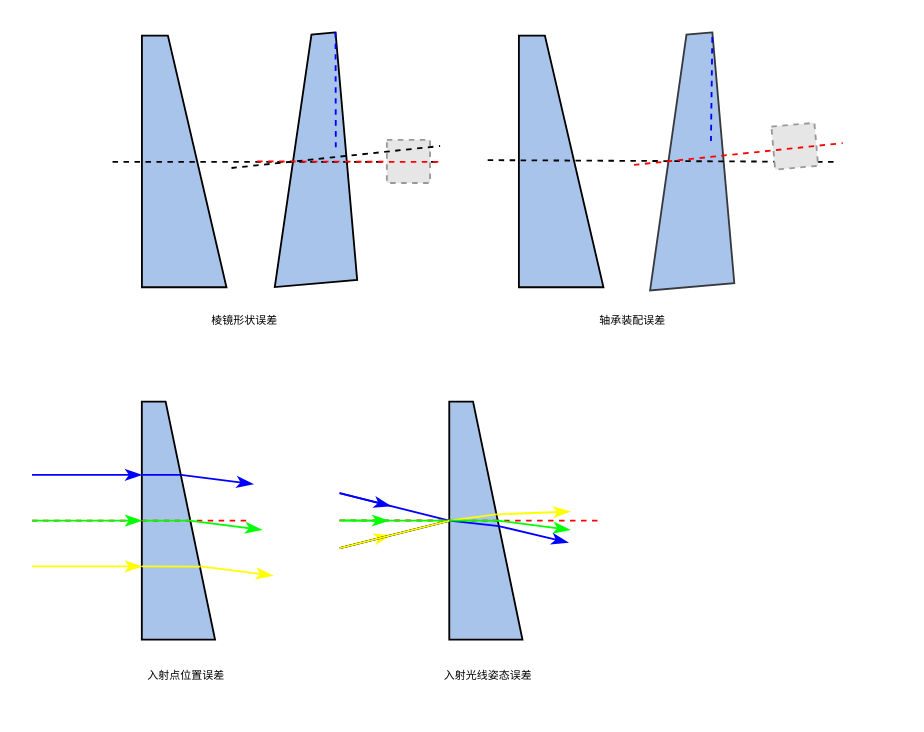
The draw.io diagram risley.drawio in Code-Newborn/diagrams, before the edit. Source tidied: cells renumbered, new cells numbered last; positions are measured from the earlier drawing's top-left corner, leaving out a move shared by most shapes. Both pictures are drawn from the tidied source at 183%, with x=0, y=0 at pixel (31, 117). Pictures stored in the file or linked from it are replaced by grey dashed boxes.
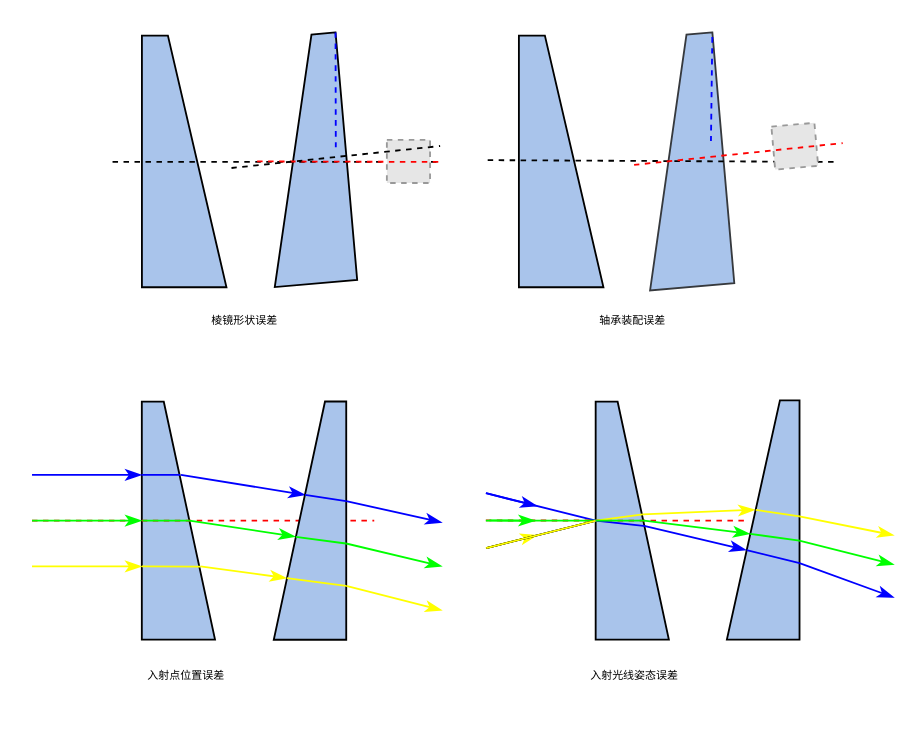
Above is the later version.

Change to the diagram source:
```diff
@@
-    <mxCell id="17" style="shape=manualInput;whiteSpace=wrap;html=1;rotation=90;size=27;rounded=0;fillColor=#A9C4EB;" parent="1" vertex="1">
+    <mxCell id="17" style="shape=manualInput;whiteSpace=wrap;html=1;rotation=90;size=28;rounded=0;fillColor=#A9C4EB;" parent="1" vertex="1">
       <mxGeometry x="15" y="200" width="130" height="40" as="geometry" />
     </mxCell>
     <mxCell id="18" style="endArrow=none;dashed=1;html=1;rounded=0;strokeColor=#FF0000;" parent="1" edge="1">
       <mxGeometry relative="1" as="geometry">
         <mxPoint y="220" as="sourcePoint" />
-        <mxPoint x="120" y="220" as="targetPoint" />
+        <mxPoint x="187" y="220" as="targetPoint" />
       </mxGeometry>
     </mxCell>
@@
-    <mxCell id="22" style="shape=manualInput;whiteSpace=wrap;html=1;rotation=90;size=27;rounded=0;fillColor=#A9C4EB;" parent="1" vertex="1">
-      <mxGeometry x="183" y="200" width="130" height="40" as="geometry" />
+    <mxCell id="22" style="shape=manualInput;whiteSpace=wrap;html=1;rotation=90;size=28;rounded=0;fillColor=#A9C4EB;" parent="1" vertex="1">
+      <mxGeometry x="263" y="200" width="130" height="40" as="geometry" />
     </mxCell>
     <mxCell id="23" style="endArrow=classicThin;html=1;rounded=0;fontFamily=微软雅黑;fontSize=6;fontColor=#000000;startSize=14;endSize=6;strokeColor=#0000FF;curved=1;endFill=1;" parent="1" edge="1">
       <mxGeometry relative="1" as="geometry">
-        <mxPoint x="168.1" y="205" as="sourcePoint" />
-        <mxPoint x="196" y="212" as="targetPoint" />
+        <mxPoint x="248.1" y="205" as="sourcePoint" />
+        <mxPoint x="276" y="212" as="targetPoint" />
       </mxGeometry>
     </mxCell>
     <mxCell id="24" style="endArrow=none;html=1;rounded=0;fontFamily=微软雅黑;fontSize=6;fontColor=#000000;startSize=14;endSize=6;strokeColor=#0000FF;curved=1;exitX=0.5;exitY=1;exitDx=0;exitDy=0;" parent="1" edge="1" source="22">
       <mxGeometry relative="1" as="geometry">
-        <mxPoint x="168" y="205" as="targetPoint" />
+        <mxPoint x="248" y="205" as="targetPoint" />
       </mxGeometry>
     </mxCell>
     <mxCell id="25" style="endArrow=classicThin;html=1;rounded=0;fontFamily=微软雅黑;fontSize=6;fontColor=#000000;startSize=14;endSize=6;strokeColor=#FFFF00;curved=1;endFill=1;" parent="1" edge="1">
       <mxGeometry relative="1" as="geometry">
-        <mxPoint x="168" y="235" as="sourcePoint" />
-        <mxPoint x="196" y="228" as="targetPoint" />
+        <mxPoint x="248" y="235" as="sourcePoint" />
+        <mxPoint x="276" y="228" as="targetPoint" />
       </mxGeometry>
     </mxCell>
     <mxCell id="26" style="endArrow=none;html=1;rounded=0;fontFamily=微软雅黑;fontSize=6;fontColor=#000000;startSize=14;endSize=6;strokeColor=#000000;curved=1;exitX=0.5;exitY=1;exitDx=0;exitDy=0;" parent="1" edge="1">
       <mxGeometry relative="1" as="geometry">
-        <mxPoint x="228.2" y="220" as="sourcePoint" />
-        <mxPoint x="168.2" y="235" as="targetPoint" />
+        <mxPoint x="308.2" y="220" as="sourcePoint" />
+        <mxPoint x="248.2" y="235" as="targetPoint" />
       </mxGeometry>
     </mxCell>
     <mxCell id="27" style="endArrow=none;dashed=1;html=1;rounded=0;strokeColor=#FF0000;" parent="1" edge="1">
       <mxGeometry relative="1" as="geometry">
-        <mxPoint x="168" y="219.9" as="sourcePoint" />
-        <mxPoint x="311" y="220" as="targetPoint" />
+        <mxPoint x="248" y="219.9" as="sourcePoint" />
+        <mxPoint x="391" y="220" as="targetPoint" />
       </mxGeometry>
     </mxCell>
     <mxCell id="28" style="endArrow=none;html=1;rounded=0;fontFamily=微软雅黑;fontSize=6;fontColor=#000000;startSize=14;endSize=6;strokeColor=#00FF00;curved=1;exitX=0.5;exitY=1;exitDx=0;exitDy=0;" parent="1" edge="1" source="22">
       <mxGeometry relative="1" as="geometry">
-        <mxPoint x="168" y="220" as="targetPoint" />
+        <mxPoint x="248" y="220" as="targetPoint" />
       </mxGeometry>
     </mxCell>
     <mxCell id="29" style="endArrow=classicThin;html=1;rounded=0;fontFamily=微软雅黑;fontSize=6;fontColor=#000000;startSize=14;endSize=6;strokeColor=#00FF00;curved=1;endFill=1;" parent="1" edge="1">
       <mxGeometry relative="1" as="geometry">
-        <mxPoint x="169.9" y="219.9" as="sourcePoint" />
-        <mxPoint x="195" y="220" as="targetPoint" />
+        <mxPoint x="249.9" y="219.9" as="sourcePoint" />
+        <mxPoint x="275" y="220" as="targetPoint" />
       </mxGeometry>
     </mxCell>
     <mxCell id="30" style="endArrow=none;html=1;rounded=0;fontFamily=微软雅黑;fontSize=6;fontColor=#000000;startSize=14;endSize=6;strokeColor=#000000;curved=1;exitX=0.5;exitY=1;exitDx=0;exitDy=0;" parent="1" edge="1">
       <mxGeometry relative="1" as="geometry">
-        <mxPoint x="228.2" y="220" as="sourcePoint" />
-        <mxPoint x="168.2" y="235" as="targetPoint" />
+        <mxPoint x="308.2" y="220" as="sourcePoint" />
+        <mxPoint x="248.2" y="235" as="targetPoint" />
       </mxGeometry>
     </mxCell>
     <mxCell id="31" style="endArrow=none;html=1;rounded=0;fontFamily=微软雅黑;fontSize=6;fontColor=#000000;startSize=14;endSize=6;strokeColor=#FFFF00;curved=1;exitX=0.5;exitY=1;exitDx=0;exitDy=0;" parent="1" edge="1">
       <mxGeometry relative="1" as="geometry">
-        <mxPoint x="228.2" y="220" as="sourcePoint" />
-        <mxPoint x="168.2" y="235" as="targetPoint" />
+        <mxPoint x="308.2" y="220" as="sourcePoint" />
+        <mxPoint x="248.2" y="235" as="targetPoint" />
       </mxGeometry>
     </mxCell>
@@
     <mxCell id="34" style="endArrow=none;html=1;rounded=0;fontFamily=微软雅黑;fontSize=6;fontColor=#000000;startSize=14;endSize=6;strokeColor=#00FF00;curved=1;" parent="1" edge="1">
       <mxGeometry relative="1" as="geometry">
-        <mxPoint x="228" y="220" as="sourcePoint" />
-        <mxPoint x="255" y="220" as="targetPoint" />
+        <mxPoint x="308" y="220" as="sourcePoint" />
+        <mxPoint x="335" y="220" as="targetPoint" />
       </mxGeometry>
     </mxCell>
-    <mxCell id="35" style="endArrow=classicThin;html=1;rounded=0;fontFamily=微软雅黑;fontSize=6;fontColor=#000000;startSize=6;endSize=6;strokeColor=#FFFF00;curved=1;exitX=0.474;exitY=0.356;exitDx=0;exitDy=0;exitPerimeter=0;endFill=1;" parent="1" edge="1" source="22">
-      <mxGeometry relative="1" as="geometry">
-        <mxPoint x="294" y="215" as="targetPoint" />
-      </mxGeometry>
+    <mxCell id="35" style="endArrow=classicThin;html=1;rounded=0;fontFamily=微软雅黑;fontSize=6;fontColor=#000000;startSize=6;endSize=6;strokeColor=#FFFF00;curved=1;exitX=0.474;exitY=0.356;exitDx=0;exitDy=0;exitPerimeter=0;endFill=1;entryX=0.457;entryY=0.387;entryDx=0;entryDy=0;entryPerimeter=0;" parent="1" edge="1" source="22" target="53">
+      <mxGeometry relative="1" as="geometry" />
     </mxCell>
-    <mxCell id="36" style="endArrow=classicThin;html=1;rounded=0;fontFamily=微软雅黑;fontSize=6;fontColor=#000000;startSize=6;endSize=6;strokeColor=#00FF00;curved=1;exitX=0.5;exitY=0.339;exitDx=0;exitDy=0;exitPerimeter=0;endFill=1;" parent="1" edge="1" source="22">
-      <mxGeometry relative="1" as="geometry">
-        <mxPoint x="294" y="225" as="targetPoint" />
-      </mxGeometry>
+    <mxCell id="36" style="endArrow=classicThin;html=1;rounded=0;fontFamily=微软雅黑;fontSize=6;fontColor=#000000;startSize=6;endSize=6;strokeColor=#00FF00;curved=1;exitX=0.5;exitY=0.339;exitDx=0;exitDy=0;exitPerimeter=0;endFill=1;entryX=0.558;entryY=0.316;entryDx=0;entryDy=0;entryPerimeter=0;" parent="1" edge="1" source="22" target="53">
+      <mxGeometry relative="1" as="geometry" />
     </mxCell>
-    <mxCell id="37" style="endArrow=none;html=1;rounded=0;fontFamily=微软雅黑;fontSize=6;fontColor=#000000;startSize=6;endSize=6;strokeColor=#0000FF;curved=1;entryX=0.523;entryY=0.324;entryDx=0;entryDy=0;entryPerimeter=0;startArrow=classicThin;startFill=1;" parent="1" edge="1" target="22">
-      <mxGeometry relative="1" as="geometry">
-        <mxPoint x="293" y="232" as="sourcePoint" />
-      </mxGeometry>
+    <mxCell id="37" style="endArrow=none;html=1;rounded=0;fontFamily=微软雅黑;fontSize=6;fontColor=#000000;startSize=6;endSize=6;strokeColor=#0000FF;curved=1;entryX=0.523;entryY=0.324;entryDx=0;entryDy=0;entryPerimeter=0;startArrow=classicThin;startFill=1;exitX=0.626;exitY=0.266;exitDx=0;exitDy=0;exitPerimeter=0;" parent="1" edge="1" source="53" target="22">
+      <mxGeometry relative="1" as="geometry" />
     </mxCell>
@@
-    <mxCell id="41" style="endArrow=classicThin;html=1;rounded=0;fontFamily=微软雅黑;fontSize=6;fontColor=#000000;startSize=6;endSize=6;strokeColor=#0000FF;curved=1;exitX=0.5;exitY=0.339;exitDx=0;exitDy=0;exitPerimeter=0;endFill=1;" parent="1" edge="1">
+    <mxCell id="41" style="endArrow=classicThin;html=1;rounded=0;fontFamily=微软雅黑;fontSize=6;fontColor=#000000;startSize=6;endSize=6;strokeColor=#0000FF;curved=1;exitX=0.5;exitY=0.339;exitDx=0;exitDy=0;exitPerimeter=0;endFill=1;entryX=0.392;entryY=0.433;entryDx=0;entryDy=0;entryPerimeter=0;" parent="1" edge="1" target="46">
       <mxGeometry relative="1" as="geometry">
         <mxPoint x="81.4" y="195" as="sourcePoint" />
-        <mxPoint x="120.9" y="200" as="targetPoint" />
       </mxGeometry>
     </mxCell>
-    <mxCell id="42" style="endArrow=classicThin;html=1;rounded=0;fontFamily=微软雅黑;fontSize=6;fontColor=#000000;startSize=6;endSize=6;strokeColor=#00FF00;curved=1;exitX=0.5;exitY=0.339;exitDx=0;exitDy=0;exitPerimeter=0;endFill=1;" parent="1" edge="1">
+    <mxCell id="42" style="endArrow=classicThin;html=1;rounded=0;fontFamily=微软雅黑;fontSize=6;fontColor=#000000;startSize=6;endSize=6;strokeColor=#00FF00;curved=1;exitX=0.5;exitY=0.339;exitDx=0;exitDy=0;exitPerimeter=0;endFill=1;entryX=0.567;entryY=0.296;entryDx=0;entryDy=0;entryPerimeter=0;" parent="1" edge="1" target="46">
       <mxGeometry relative="1" as="geometry">
         <mxPoint x="86" y="220" as="sourcePoint" />
-        <mxPoint x="125.6" y="225" as="targetPoint" />
       </mxGeometry>
     </mxCell>
-    <mxCell id="43" style="endArrow=classicThin;html=1;rounded=0;fontFamily=微软雅黑;fontSize=6;fontColor=#000000;startSize=6;endSize=6;strokeColor=#FFFF00;curved=1;exitX=0.5;exitY=0.339;exitDx=0;exitDy=0;exitPerimeter=0;endFill=1;" parent="1" edge="1">
+    <mxCell id="43" style="endArrow=classicThin;html=1;rounded=0;fontFamily=微软雅黑;fontSize=6;fontColor=#000000;startSize=6;endSize=6;strokeColor=#FFFF00;curved=1;exitX=0.5;exitY=0.339;exitDx=0;exitDy=0;exitPerimeter=0;endFill=1;entryX=0.741;entryY=0.177;entryDx=0;entryDy=0;entryPerimeter=0;" parent="1" edge="1" target="46">
       <mxGeometry relative="1" as="geometry">
         <mxPoint x="92" y="245" as="sourcePoint" />
-        <mxPoint x="131.6" y="250" as="targetPoint" />
       </mxGeometry>
     </mxCell>
@@
     <mxCell id="45" value="入射光线姿态误差" style="text;html=1;align=center;verticalAlign=middle;fillColor=none;strokeColor=none;rounded=0;fontSize=6;fontColor=#000000;fontFamily=微软雅黑;" parent="1" vertex="1">
-      <mxGeometry x="191" y="291" width="115" height="27" as="geometry" />
+      <mxGeometry x="271" y="291" width="115" height="27" as="geometry" />
     </mxCell>
+    <mxCell id="46" style="shape=manualInput;whiteSpace=wrap;html=1;rotation=90;size=28;flipH=0;flipV=1;rounded=0;fillColor=#A9C4EB;" parent="1" vertex="1">
+      <mxGeometry x="86.8" y="200.2" width="130.2" height="39.6" as="geometry" />
+    </mxCell>
+    <mxCell id="47" style="endArrow=none;html=1;startSize=6;strokeColor=#0000FF;rounded=0;exitX=0.392;exitY=0.432;exitDx=0;exitDy=0;exitPerimeter=0;entryX=0.418;entryY=0.997;entryDx=0;entryDy=0;entryPerimeter=0;" parent="1" edge="1" source="46" target="46">
+      <mxGeometry relative="1" as="geometry" />
+    </mxCell>
+    <mxCell id="48" style="endArrow=none;html=1;startSize=6;strokeColor=#00FF00;rounded=0;exitX=0.568;exitY=0.304;exitDx=0;exitDy=0;exitPerimeter=0;entryX=0.596;entryY=0.994;entryDx=0;entryDy=0;entryPerimeter=0;" parent="1" edge="1" source="46" target="46">
+      <mxGeometry relative="1" as="geometry" />
+    </mxCell>
+    <mxCell id="49" style="endArrow=none;html=1;startSize=6;strokeColor=#FFFF00;rounded=0;exitX=0.741;exitY=0.18;exitDx=0;exitDy=0;exitPerimeter=0;entryX=0.774;entryY=0.996;entryDx=0;entryDy=0;entryPerimeter=0;" parent="1" edge="1" source="46" target="46">
+      <mxGeometry relative="1" as="geometry" />
+    </mxCell>
+    <mxCell id="50" style="endArrow=classicThin;html=1;rounded=0;fontFamily=微软雅黑;fontSize=6;fontColor=#000000;startSize=6;endSize=6;strokeColor=#0000FF;curved=1;exitX=0.418;exitY=1;exitDx=0;exitDy=0;exitPerimeter=0;endFill=1;" parent="1" edge="1" source="46">
+      <mxGeometry relative="1" as="geometry">
+        <mxPoint x="224" y="221" as="targetPoint" />
+      </mxGeometry>
+    </mxCell>
+    <mxCell id="51" style="endArrow=classicThin;html=1;rounded=0;fontFamily=微软雅黑;fontSize=6;fontColor=#000000;startSize=6;endSize=6;strokeColor=#00FF00;curved=1;exitX=0.596;exitY=0.999;exitDx=0;exitDy=0;exitPerimeter=0;endFill=1;" parent="1" edge="1" source="46">
+      <mxGeometry relative="1" as="geometry">
+        <mxPoint x="224" y="245" as="targetPoint" />
+      </mxGeometry>
+    </mxCell>
+    <mxCell id="52" style="endArrow=classicThin;html=1;rounded=0;fontFamily=微软雅黑;fontSize=6;fontColor=#000000;startSize=6;endSize=6;strokeColor=#FFFF00;curved=1;exitX=0.774;exitY=1;exitDx=0;exitDy=0;exitPerimeter=0;endFill=1;" parent="1" edge="1" source="46">
+      <mxGeometry relative="1" as="geometry">
+        <mxPoint x="224" y="269" as="targetPoint" />
+      </mxGeometry>
+    </mxCell>
+    <mxCell id="53" style="shape=manualInput;whiteSpace=wrap;html=1;rotation=90;size=29;flipH=0;flipV=1;rounded=0;fillColor=#A9C4EB;" parent="1" vertex="1">
+      <mxGeometry x="334.2" y="199.8" width="130.7" height="39.7" as="geometry" />
+    </mxCell>
+    <mxCell id="54" style="endArrow=none;html=1;startSize=6;strokeColor=#FFFF00;rounded=0;exitX=0.458;exitY=0.398;exitDx=0;exitDy=0;exitPerimeter=0;entryX=0.485;entryY=1.002;entryDx=0;entryDy=0;entryPerimeter=0;" parent="1" edge="1" source="53" target="53">
+      <mxGeometry relative="1" as="geometry" />
+    </mxCell>
+    <mxCell id="55" style="endArrow=none;html=1;startSize=6;strokeColor=#00FF00;rounded=0;entryX=0.586;entryY=0.998;entryDx=0;entryDy=0;entryPerimeter=0;exitX=0.558;exitY=0.321;exitDx=0;exitDy=0;exitPerimeter=0;" parent="1" edge="1" source="53" target="53">
+      <mxGeometry relative="1" as="geometry" />
+    </mxCell>
+    <mxCell id="56" style="endArrow=none;html=1;startSize=6;strokeColor=#0000FF;rounded=0;exitX=0.626;exitY=0.272;exitDx=0;exitDy=0;exitPerimeter=0;entryX=0.68;entryY=1.001;entryDx=0;entryDy=0;entryPerimeter=0;" parent="1" edge="1" source="53" target="53">
+      <mxGeometry relative="1" as="geometry" />
+    </mxCell>
+    <mxCell id="57" style="endArrow=classicThin;html=1;rounded=0;fontFamily=微软雅黑;fontSize=6;fontColor=#000000;startSize=6;endSize=6;strokeColor=#0000FF;curved=1;endFill=1;exitX=0.68;exitY=1;exitDx=0;exitDy=0;exitPerimeter=0;" parent="1" edge="1" source="53">
+      <mxGeometry relative="1" as="geometry">
+        <mxPoint x="471" y="262" as="targetPoint" />
+      </mxGeometry>
+    </mxCell>
+    <mxCell id="58" style="endArrow=classicThin;html=1;rounded=0;fontFamily=微软雅黑;fontSize=6;fontColor=#000000;startSize=6;endSize=6;strokeColor=#00FF00;curved=1;endFill=1;exitX=0.586;exitY=0.997;exitDx=0;exitDy=0;exitPerimeter=0;" parent="1" edge="1" source="53">
+      <mxGeometry relative="1" as="geometry">
+        <mxPoint x="471" y="244" as="targetPoint" />
+      </mxGeometry>
+    </mxCell>
+    <mxCell id="59" style="endArrow=classicThin;html=1;rounded=0;fontFamily=微软雅黑;fontSize=6;fontColor=#000000;startSize=6;endSize=6;strokeColor=#FFFF00;curved=1;exitX=0.485;exitY=0.999;exitDx=0;exitDy=0;exitPerimeter=0;endFill=1;" parent="1" edge="1" source="53">
+      <mxGeometry relative="1" as="geometry">
+        <mxPoint x="471" y="228" as="targetPoint" />
+      </mxGeometry>
+    </mxCell>
```
